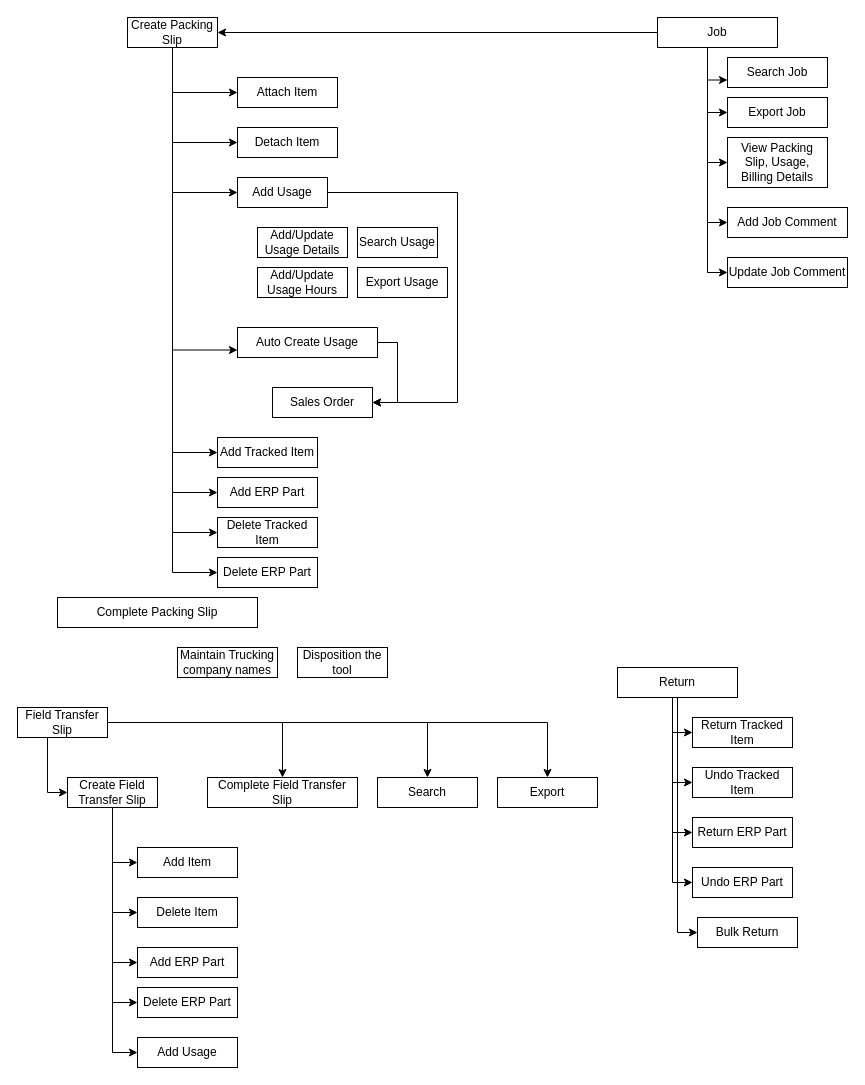
Before: page "Customer Transfer" (4 of 5) of Untitled Diagram.drawio in ajaykedar77/TAT-Application, a draw.io diagram. Source tidied: cells renumbered, new cells numbered last; positions are measured from the earlier drawing's top-left corner, leaving out a move shared by most shapes. Both pictures are drawn from the tidied source at 100%, with x=0, y=0 at pixel (17, 17).
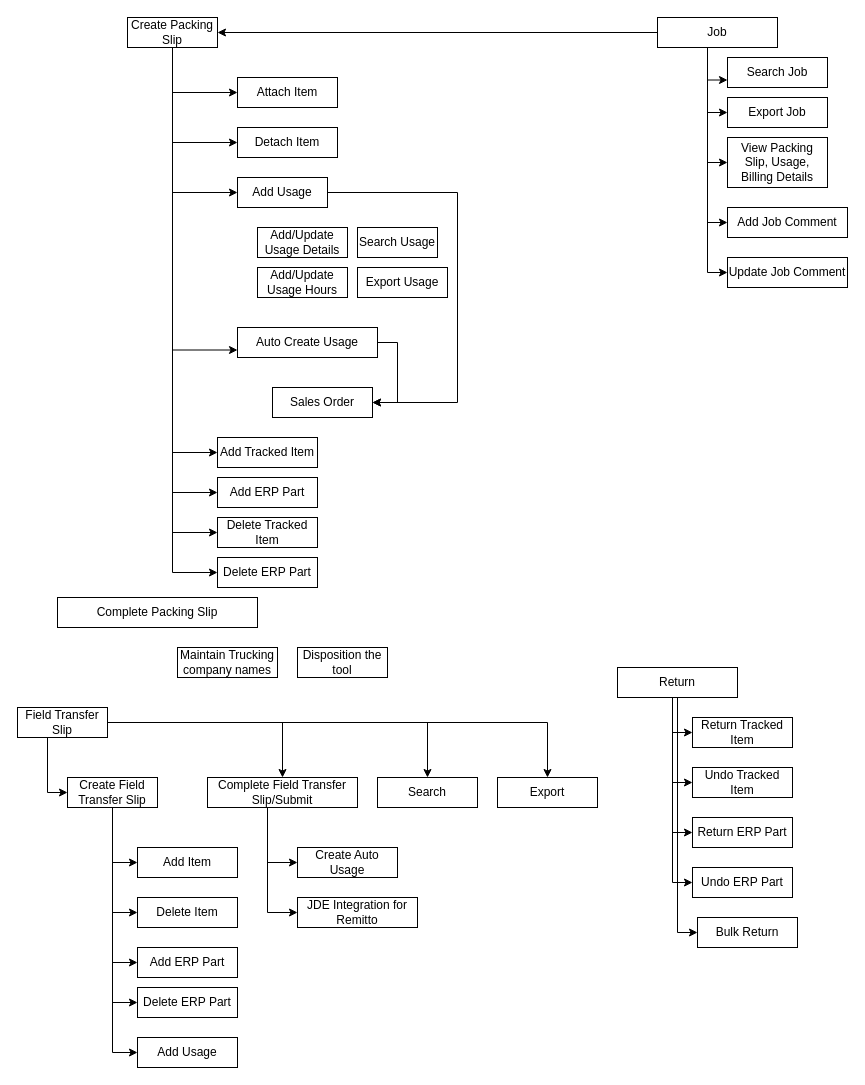
Above is the later version.

What changed in the source:
```diff
@@
+    <mxCell id="71" style="edgeStyle=orthogonalEdgeStyle;rounded=0;jettySize=auto;html=1;entryX=0;entryY=0.5;entryDx=0;entryDy=0;" parent="1" edge="1" source="68" target="73">
+      <mxGeometry relative="1" as="geometry">
+        <Array as="points">
+          <mxPoint x="250" y="845" />
+        </Array>
+      </mxGeometry>
+    </mxCell>
+    <mxCell id="72" style="edgeStyle=orthogonalEdgeStyle;rounded=0;jettySize=auto;html=1;entryX=0;entryY=0.5;entryDx=0;entryDy=0;" parent="1" edge="1" source="68" target="74">
+      <mxGeometry relative="1" as="geometry">
+        <Array as="points">
+          <mxPoint x="250" y="895" />
+        </Array>
+      </mxGeometry>
+    </mxCell>
-    <mxCell id="68" value="Complete Field Transfer Slip" style="rounded=0;whiteSpace=wrap;html=1;" parent="1" vertex="1">
+    <mxCell id="68" value="Complete Field Transfer Slip/Submit" style="rounded=0;whiteSpace=wrap;html=1;" parent="1" vertex="1">
       <mxGeometry x="190" y="760" width="150" height="30" as="geometry" />
     </mxCell>
@@
+    <mxCell id="73" value="Create Auto Usage" style="rounded=0;whiteSpace=wrap;html=1;" parent="1" vertex="1">
+      <mxGeometry x="280" y="830" width="100" height="30" as="geometry" />
+    </mxCell>
+    <mxCell id="74" value="JDE Integration for Remitto" style="rounded=0;whiteSpace=wrap;html=1;" parent="1" vertex="1">
+      <mxGeometry x="280" y="880" width="120" height="30" as="geometry" />
+    </mxCell>
```
